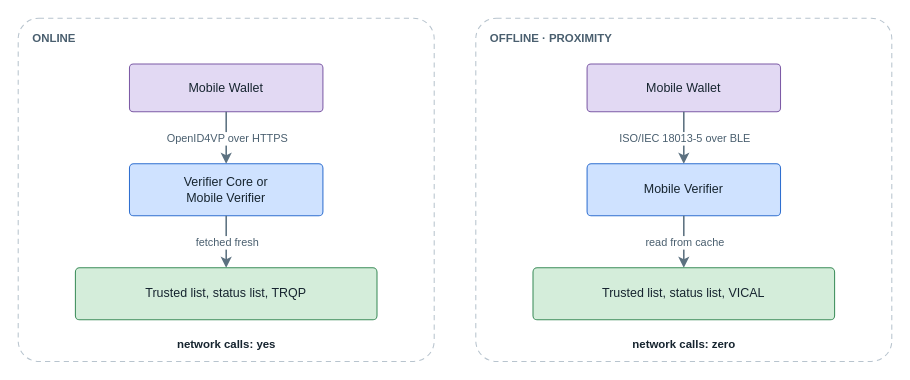
Earlier version of the draw.io diagram images/architecture-framework/data-model-and-protocols/online-and-offline.drawio (id-verifiable-credential-dev/id-doc-idctf). Source tidied: cells renumbered, new cells numbered last; positions are measured from the earlier drawing's top-left corner, leaving out a move shared by most shapes. Both pictures are drawn from the tidied source at 104%, with x=0, y=0 at pixel (18, 18).
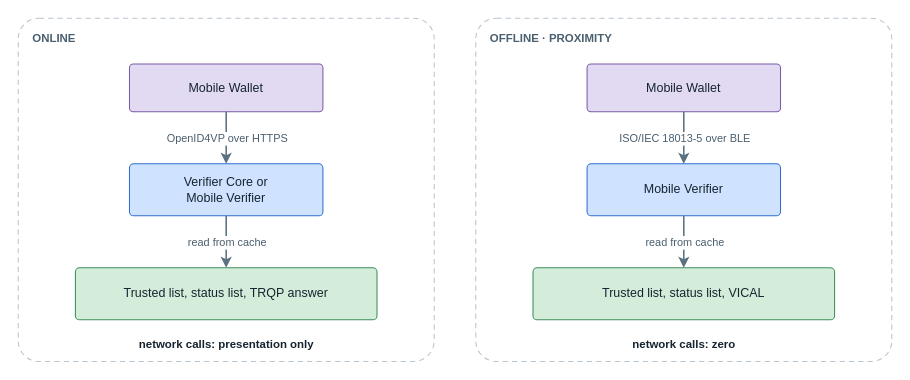
The same diagram, later.

The change refers to these unchanged cells:
```xml
<mxCell id="8" style="edgeStyle=orthogonalEdgeStyle;rounded=0;orthogonalLoop=1;jettySize=auto;html=1;endArrow=classic;strokeColor=#5c7180;strokeWidth=1.5;" parent="1" edge="1">
  <mxGeometry relative="1" as="geometry">
    <mxPoint x="200" y="190" as="sourcePoint" />
    <mxPoint x="200" y="240" as="targetPoint" />
    <Array as="points">
      <mxPoint x="200" y="215" />
    </Array>
  </mxGeometry>
</mxCell>
```

Change to the diagram source:
```diff
@@
-    <mxCell id="9" value="fetched fresh" style="edgeLabel;html=1;align=center;verticalAlign=middle;fontSize=10.5;fontColor=#4a5f6f;labelBackgroundColor=#ffffff;" parent="8" vertex="1">
+    <mxCell id="9" value="read from cache" style="edgeLabel;html=1;align=center;verticalAlign=middle;fontSize=10.5;fontColor=#4a5f6f;labelBackgroundColor=#ffffff;" parent="8" vertex="1">
       <mxGeometry relative="1" as="geometry" />
     </mxCell>
-    <mxCell id="10" value="Trusted list, status list, TRQP" style="rounded=1;arcSize=8;fillColor=#d4edda;strokeColor=#3c8d5a;fontSize=12;fontColor=#16242f;html=1;whiteSpace=wrap;verticalAlign=middle;" parent="1" vertex="1">
+    <mxCell id="10" value="Trusted list, status list, TRQP answer" style="rounded=1;arcSize=8;fillColor=#d4edda;strokeColor=#3c8d5a;fontSize=12;fontColor=#16242f;html=1;whiteSpace=wrap;verticalAlign=middle;" parent="1" vertex="1">
       <mxGeometry x="55" y="240" width="290" height="50" as="geometry" />
     </mxCell>
-    <mxCell id="11" value="network calls: yes" style="text;html=1;strokeColor=none;fillColor=none;align=center;verticalAlign=middle;fontSize=11;fontColor=#16242f;fontStyle=1;" parent="1" vertex="1">
+    <mxCell id="11" value="network calls: presentation only" style="text;html=1;strokeColor=none;fillColor=none;align=center;verticalAlign=middle;fontSize=11;fontColor=#16242f;fontStyle=1;" parent="1" vertex="1">
       <mxGeometry x="90" y="304" width="220" height="20" as="geometry" />
     </mxCell>
```
